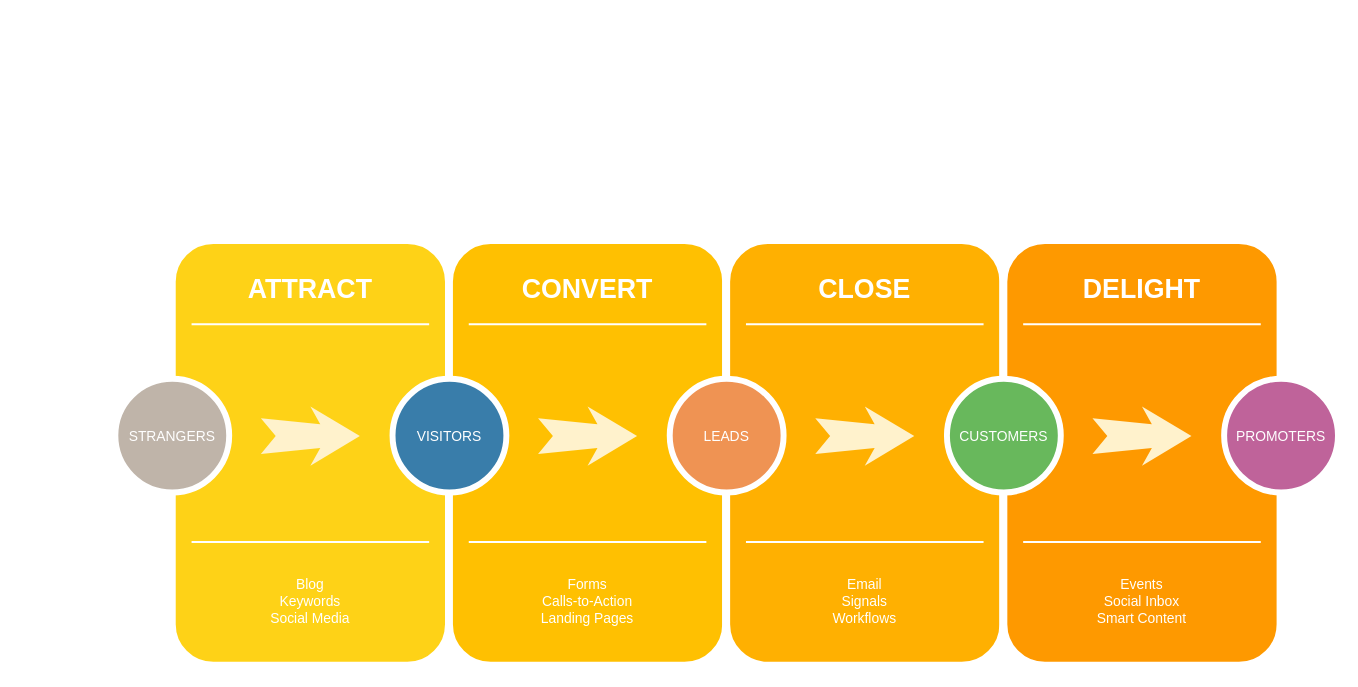
Before: Untitled Diagram.drawio in peteroug/demo, a draw.io diagram. Source tidied: cells renumbered, new cells numbered last; positions are measured from the earlier drawing's top-left corner, leaving out a move shared by most shapes. Both pictures are drawn from the tidied source at 99%, with x=0, y=0 at pixel (115, 240).
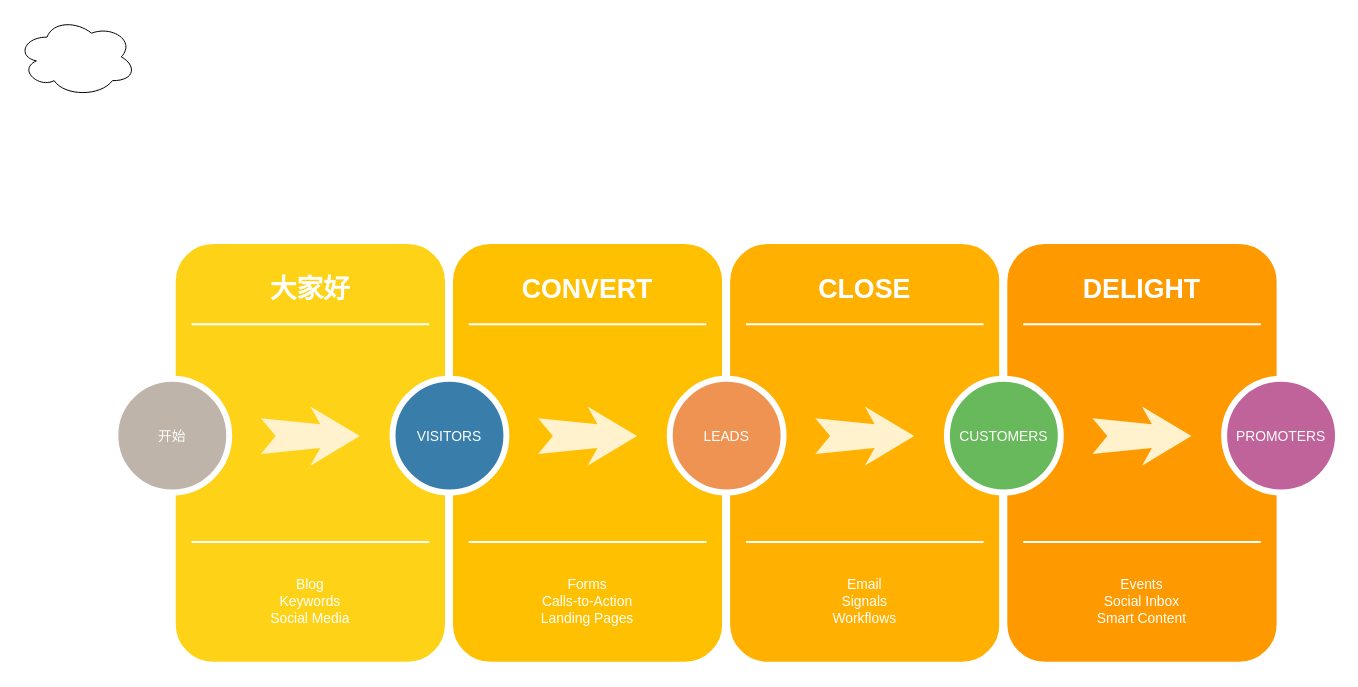
The same page after the edit.

Diff of the diagram source:
```diff
@@
-    <mxCell id="3" value="ATTRACT" style="text;html=1;strokeColor=none;fillColor=none;align=center;verticalAlign=middle;whiteSpace=wrap;rounded=0;shadow=0;fontSize=27;fontColor=#FFFFFF;fontStyle=1;" parent="1" vertex="1">
+    <mxCell id="3" value="大家好" style="text;html=1;strokeColor=none;fillColor=none;align=center;verticalAlign=middle;whiteSpace=wrap;rounded=0;shadow=0;fontSize=27;fontColor=#FFFFFF;fontStyle=1;" parent="1" vertex="1">
       <mxGeometry x="57" y="20" width="280" height="60" as="geometry" />
     </mxCell>
@@
-    <mxCell id="7" value="STRANGERS" style="ellipse;whiteSpace=wrap;html=1;rounded=0;shadow=0;strokeWidth=6;fontSize=14;align=center;fillColor=#BFB4A9;strokeColor=#FFFFFF;fontColor=#FFFFFF;" parent="1" vertex="1">
+    <mxCell id="7" value="开始" style="ellipse;whiteSpace=wrap;html=1;rounded=0;shadow=0;strokeWidth=6;fontSize=14;align=center;fillColor=#BFB4A9;strokeColor=#FFFFFF;fontColor=#FFFFFF;" parent="1" vertex="1">
       <mxGeometry y="140" width="115" height="115" as="geometry" />
     </mxCell>
@@
+    <mxCell id="31" style="ellipse;shape=cloud;whiteSpace=wrap;html=1;" parent="1" vertex="1">
+      <mxGeometry x="-99" y="-225" width="120" height="80" as="geometry" />
+    </mxCell>
```
